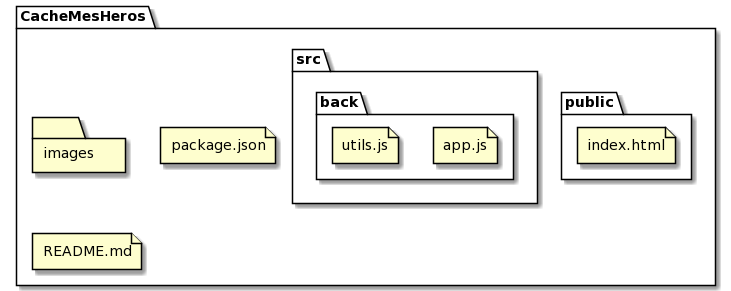
Above: docs/diag/diagramme_mise_en_oeuvre.png in prodageo/mniproj2020b-2020a70b (PlantUML), before the change. Its diagram source:
```plantuml
@startuml
folder CacheMesHeros {
folder images
folder public {
file index.html
}
folder src {
folder back {
file app.js
file utils.js
}
}
file package.json
file README.md
}
@enduml
```
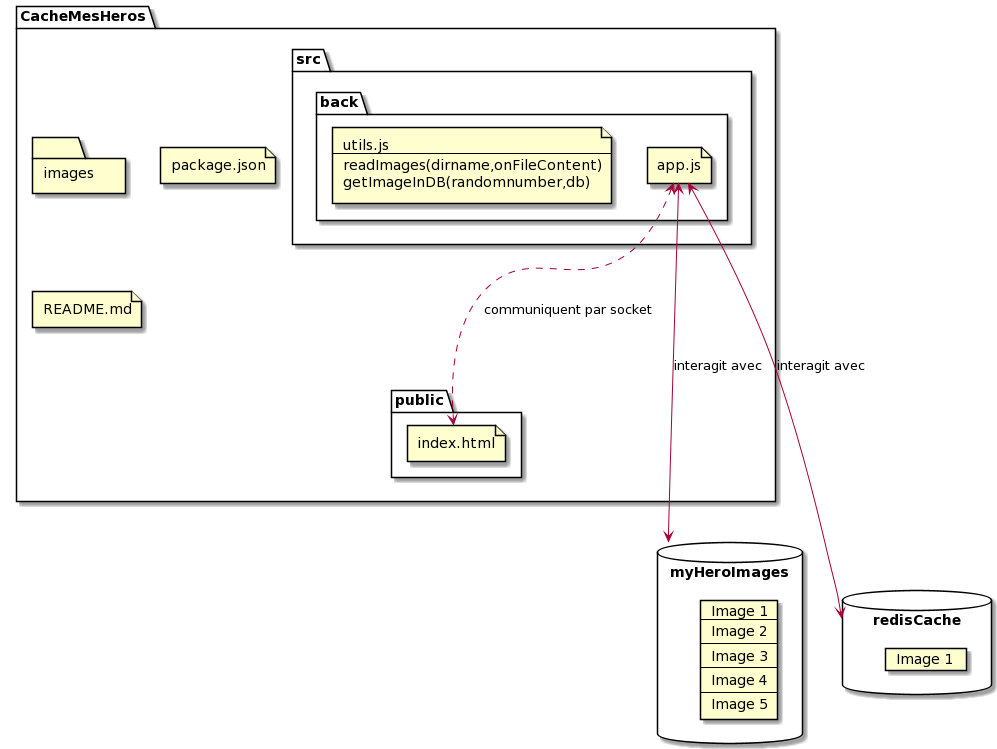
After the commit.

Diff of the diagram source:
```diff
@@ -7,10 +7,36 @@
 folder src {
 folder back {
 file app.js
-file utils.js
+file utils.js [
+utils.js
+----
+readImages(dirname,onFileContent)
+getImageInDB(randomnumber,db)
+]
 }
 }
 file package.json
 file README.md
 }
+database myHeroImages {
+card heroImg [
+Image 1
+----
+Image 2
+----
+Image 3
+----
+Image 4
+----
+Image 5
+]
+}
+database redisCache {
+card redis [
+Image 1
+]
+app.js <----> myHeroImages : interagit avec
+app.js <----> redisCache : interagit avec
+app.js <...> index.html : communiquent par socket
+}
 @enduml
```
